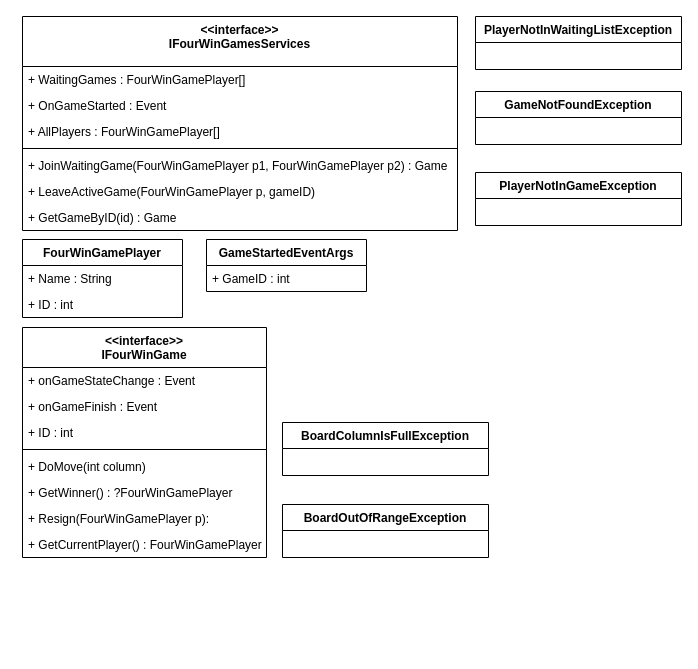
Before: page "BusinessLogic.Contracts" (2 of 4) of 4WinsGame/4WinGame/Architecture/20230217SRs(Klassendiagramme).drawio in JonasKrammerInfoteam/MiniprojektMultiplayerGame, a draw.io diagram. Source tidied: cells renumbered, new cells numbered last; positions are measured from the earlier drawing's top-left corner, leaving out a move shared by most shapes. Both pictures are drawn from the tidied source at 100%, with x=0, y=0 at pixel (22, 16).
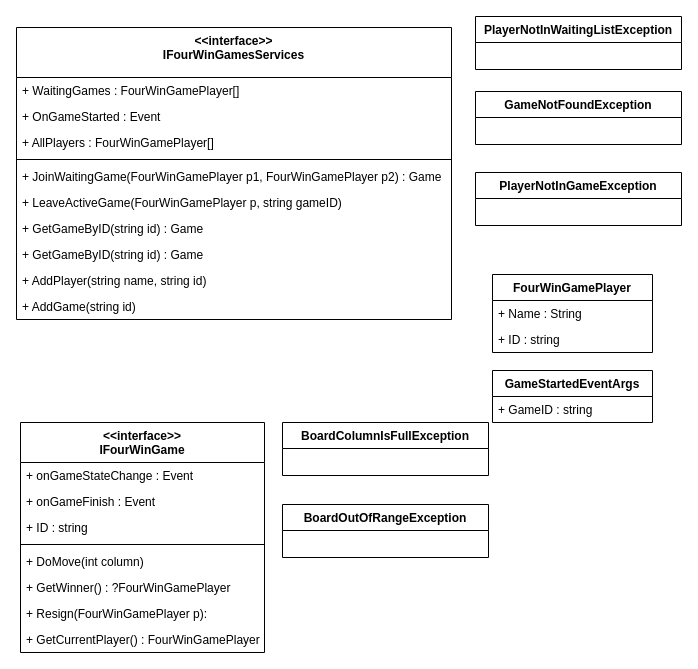
Above is the later version.

Change to the diagram source:
```diff
@@
     <mxCell id="2" value="FourWinGamePlayer" style="swimlane;fontStyle=1;align=center;verticalAlign=top;horizontal=1;startSize=26;" parent="1" vertex="1">
-      <mxGeometry y="223" width="160" height="78" as="geometry" />
+      <mxGeometry x="470" y="258" width="160" height="78" as="geometry" />
     </mxCell>
@@
-    <mxCell id="4" value="+ ID : int" style="text;strokeColor=none;fillColor=none;align=left;verticalAlign=top;spacingLeft=4;spacingRight=4;overflow=hidden;" parent="2" vertex="1">
+    <mxCell id="4" value="+ ID : string" style="text;strokeColor=none;fillColor=none;align=left;verticalAlign=top;spacingLeft=4;spacingRight=4;overflow=hidden;" parent="2" vertex="1">
       <mxGeometry y="52" width="160" height="26" as="geometry" />
     </mxCell>
     <mxCell id="5" value="&lt;&lt;interface&gt;&gt;&#10;IFourWinGame" style="swimlane;fontStyle=1;align=center;verticalAlign=top;horizontal=1;startSize=40;" parent="1" vertex="1">
-      <mxGeometry y="311" width="244" height="230" as="geometry" />
+      <mxGeometry x="-2" y="406" width="244" height="230" as="geometry" />
     </mxCell>
@@
-    <mxCell id="8" value="+ ID : int" style="text;strokeColor=none;fillColor=none;align=left;verticalAlign=top;spacingLeft=4;spacingRight=4;overflow=hidden;" parent="5" vertex="1">
+    <mxCell id="8" value="+ ID : string" style="text;strokeColor=none;fillColor=none;align=left;verticalAlign=top;spacingLeft=4;spacingRight=4;overflow=hidden;" parent="5" vertex="1">
       <mxGeometry y="92" width="244" height="26" as="geometry" />
     </mxCell>
@@
     <mxCell id="14" value="&lt;&lt;interface&gt;&gt;&#10;IFourWinGamesServices" style="swimlane;fontStyle=1;align=center;verticalAlign=top;horizontal=1;startSize=50;" parent="1" vertex="1">
-      <mxGeometry width="435" height="214" as="geometry" />
+      <mxGeometry x="-6" y="11" width="435" height="292" as="geometry" />
     </mxCell>
@@
-    <mxCell id="20" value="+ LeaveActiveGame(FourWinGamePlayer p, gameID)" style="text;strokeColor=none;fillColor=none;align=left;verticalAlign=top;spacingLeft=4;spacingRight=4;overflow=hidden;" parent="14" vertex="1">
+    <mxCell id="20" value="+ LeaveActiveGame(FourWinGamePlayer p, string gameID)" style="text;strokeColor=none;fillColor=none;align=left;verticalAlign=top;spacingLeft=4;spacingRight=4;overflow=hidden;" parent="14" vertex="1">
       <mxGeometry y="162" width="435" height="26" as="geometry" />
     </mxCell>
+    <mxCell id="29" value="+ GetGameByID(string id) : Game" style="text;strokeColor=none;fillColor=none;align=left;verticalAlign=top;spacingLeft=4;spacingRight=4;overflow=hidden;" parent="14" vertex="1">
+      <mxGeometry y="188" width="435" height="26" as="geometry" />
+    </mxCell>
+    <mxCell id="30" value="+ GetGameByID(string id) : Game" style="text;strokeColor=none;fillColor=none;align=left;verticalAlign=top;spacingLeft=4;spacingRight=4;overflow=hidden;" parent="14" vertex="1">
+      <mxGeometry y="214" width="435" height="26" as="geometry" />
+    </mxCell>
-    <mxCell id="21" value="+ GetGameByID(id) : Game" style="text;strokeColor=none;fillColor=none;align=left;verticalAlign=top;spacingLeft=4;spacingRight=4;overflow=hidden;" parent="14" vertex="1">
-      <mxGeometry y="188" width="435" height="26" as="geometry" />
+    <mxCell id="21" value="+ AddPlayer(string name, string id)" style="text;strokeColor=none;fillColor=none;align=left;verticalAlign=top;spacingLeft=4;spacingRight=4;overflow=hidden;" parent="14" vertex="1">
+      <mxGeometry y="240" width="435" height="26" as="geometry" />
     </mxCell>
+    <mxCell id="31" value="+ AddGame(string id)" style="text;strokeColor=none;fillColor=none;align=left;verticalAlign=top;spacingLeft=4;spacingRight=4;overflow=hidden;" parent="14" vertex="1">
+      <mxGeometry y="266" width="435" height="26" as="geometry" />
+    </mxCell>
     <mxCell id="22" value="GameStartedEventArgs" style="swimlane;fontStyle=1;align=center;verticalAlign=top;horizontal=1;startSize=26;" parent="1" vertex="1">
-      <mxGeometry x="184" y="223" width="160" height="52" as="geometry" />
+      <mxGeometry x="470" y="354" width="160" height="52" as="geometry" />
     </mxCell>
-    <mxCell id="23" value="+ GameID : int" style="text;strokeColor=none;fillColor=none;align=left;verticalAlign=top;spacingLeft=4;spacingRight=4;overflow=hidden;" parent="22" vertex="1">
+    <mxCell id="23" value="+ GameID : string" style="text;strokeColor=none;fillColor=none;align=left;verticalAlign=top;spacingLeft=4;spacingRight=4;overflow=hidden;" parent="22" vertex="1">
       <mxGeometry y="26" width="160" height="26" as="geometry" />
     </mxCell>
```
